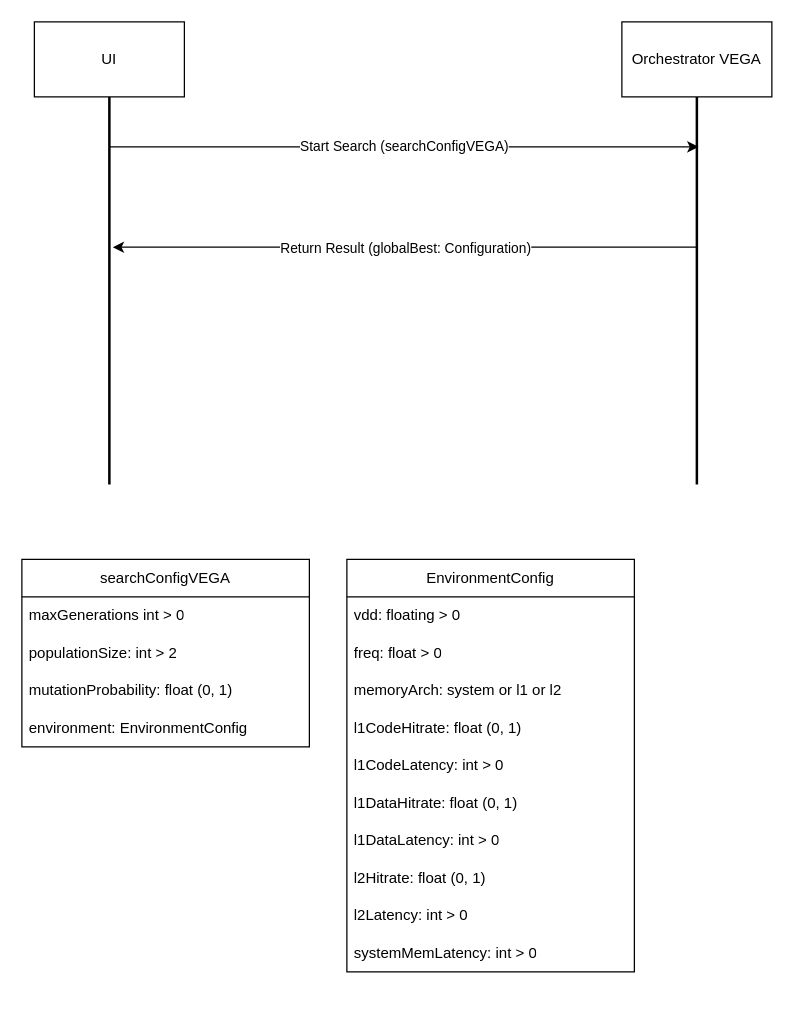
R-a-d-u/PSATSimSimulation keeps this draw.io diagram as page "VEGA" (2 of 2) of scheme/UI-Orchestrator.drawio. Above is the earlier version. Source tidied: cells renumbered, new cells numbered last; positions are measured from the earlier drawing's top-left corner, leaving out a move shared by most shapes. Both pictures are drawn from the tidied source at 125%, with x=0, y=0 at pixel (21, 21).
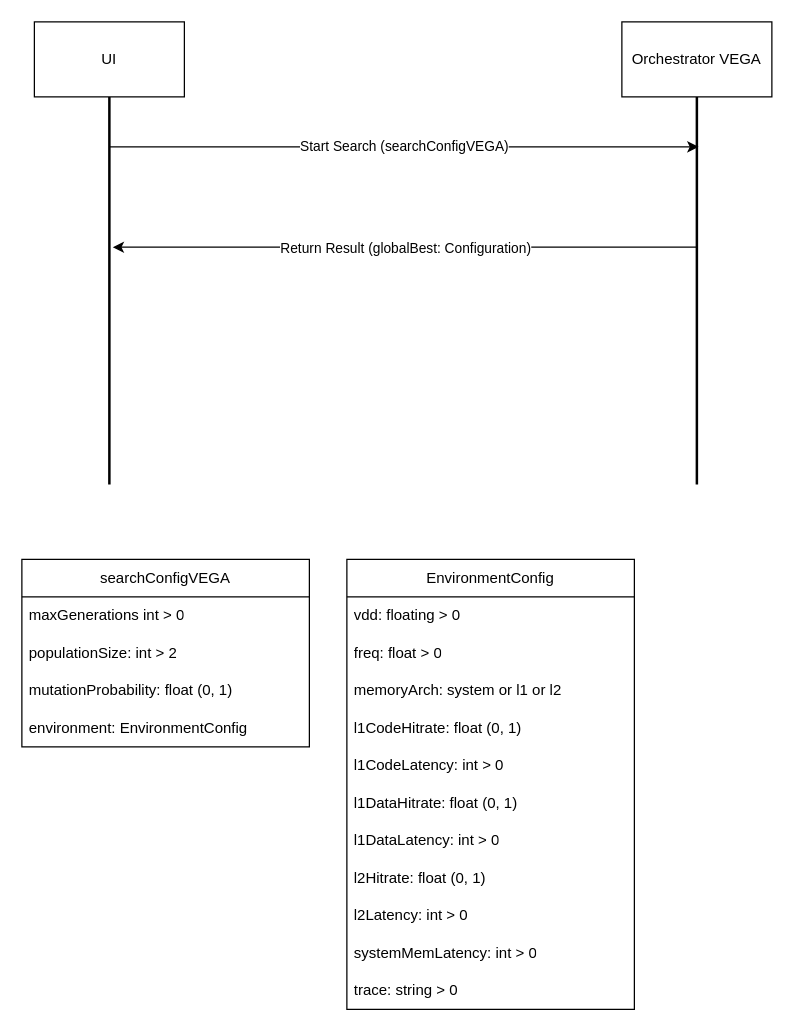
The same diagram, later.

What changed in the source:
```diff
@@
     <mxCell id="15" value="EnvironmentConfig" style="swimlane;fontStyle=0;horizontal=1;startSize=30;whiteSpace=wrap;html=1;" parent="1" vertex="1">
-      <mxGeometry x="260" y="430" width="230" height="330" as="geometry" />
+      <mxGeometry x="260" y="430" width="230" height="360" as="geometry" />
     </mxCell>
@@
+    <mxCell id="26" value="trace: string &amp;gt; 0" style="text;strokeColor=none;fillColor=none;align=left;verticalAlign=middle;spacingLeft=4;spacingRight=4;overflow=hidden;whiteSpace=wrap;html=1;" parent="15" vertex="1">
+      <mxGeometry y="330" width="230" height="30" as="geometry" />
+    </mxCell>
```
